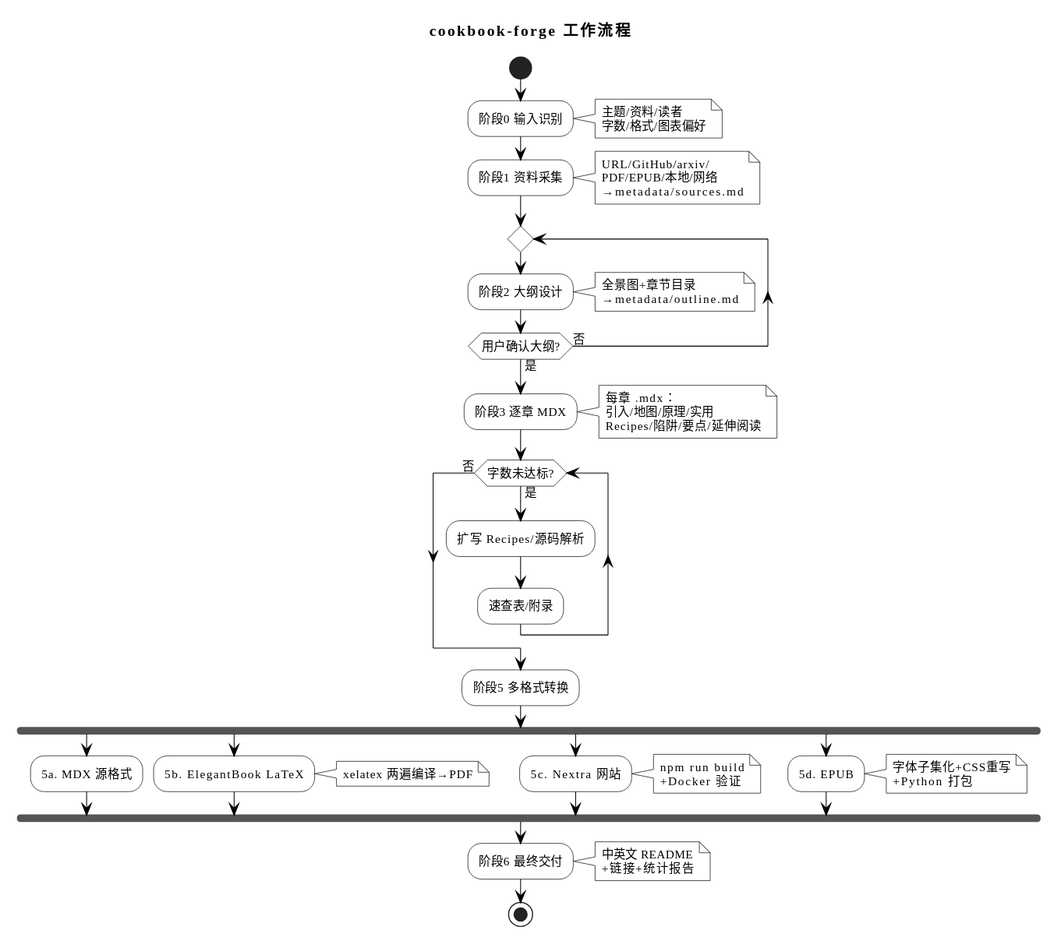
samonysh/cookbook-forge keeps this PlantUML diagram as assets/diagrams/workflow-cn.svg. Above is the earlier version.
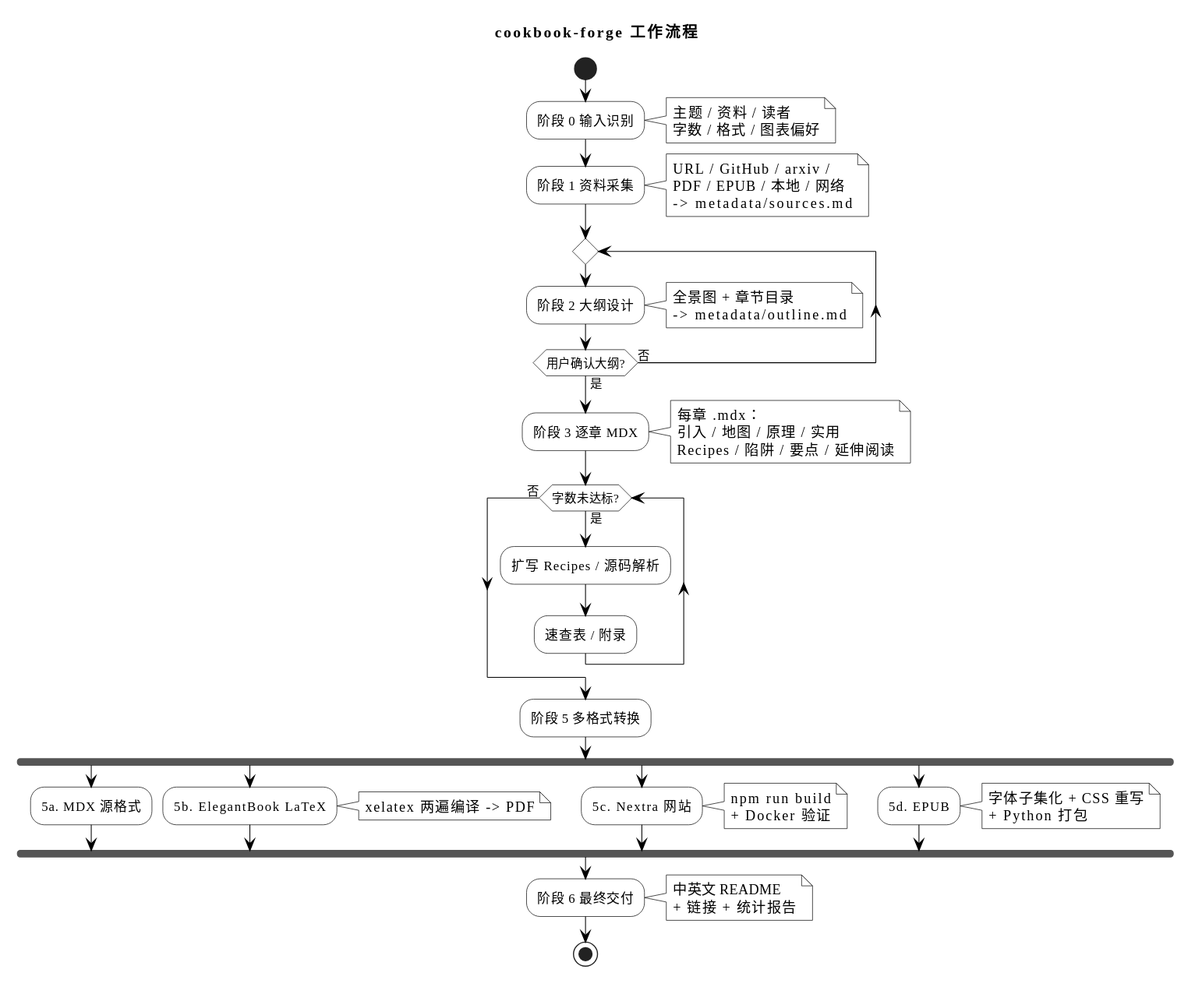
After the change.

The edit, as a diff of the source:
```diff
@@ -4,7 +4,6 @@
 skinparam backgroundColor #FFFFFF
 skinparam defaultFontColor #000000
 skinparam defaultFontName "WenQuanYi Micro Hei"
-skinparam defaultFontSize 11
 skinparam NoteBackgroundColor #FFFFFF
 skinparam NoteBorderColor #000000
 skinparam ActivityBackgroundColor #FFFFFF
@@ -18,59 +17,59 @@
 title cookbook-forge 工作流程
 
 start
-:阶段0 输入识别;
+:阶段 0 输入识别;
 note right
-  主题/资料/读者
-  字数/格式/图表偏好
+  主题 / 资料 / 读者
+  字数 / 格式 / 图表偏好
 end note
-:阶段1 资料采集;
+:阶段 1 资料采集;
 note right
-  URL/GitHub/arxiv/
-  PDF/EPUB/本地/网络
-  →metadata/sources.md
+  URL / GitHub / arxiv /
+  PDF / EPUB / 本地 / 网络
+  -> metadata/sources.md
 end note
 repeat
-  :阶段2 大纲设计;
+  :阶段 2 大纲设计;
   note right
-    全景图+章节目录
-    →metadata/outline.md
+    全景图 + 章节目录
+    -> metadata/outline.md
   end note
 repeat while (用户确认大纲?) is (否) not (是)
-:阶段3 逐章 MDX;
+:阶段 3 逐章 MDX;
 note right
   每章 .mdx：
-  引入/地图/原理/实用
-  Recipes/陷阱/要点/延伸阅读
+  引入 / 地图 / 原理 / 实用
+  Recipes / 陷阱 / 要点 / 延伸阅读
 end note
 while (字数未达标?) is (是)
-  :扩写 Recipes/源码解析;
-  :速查表/附录;
+  :扩写 Recipes / 源码解析;
+  :速查表 / 附录;
 endwhile (否)
-:阶段5 多格式转换;
+:阶段 5 多格式转换;
 fork
   :5a. MDX 源格式;
 fork again
   :5b. ElegantBook LaTeX;
   note right
-    xelatex 两遍编译→PDF
+    xelatex 两遍编译 -> PDF
   end note
 fork again
   :5c. Nextra 网站;
   note right
     npm run build
-    +Docker 验证
+    + Docker 验证
   end note
 fork again
   :5d. EPUB;
   note right
-    字体子集化+CSS重写
-    +Python 打包
+    字体子集化 + CSS 重写
+    + Python 打包
   end note
 end fork
-:阶段6 最终交付;
+:阶段 6 最终交付;
 note right
   中英文 README
-  +链接+统计报告
+  + 链接 + 统计报告
 end note
 stop
 @enduml
```
